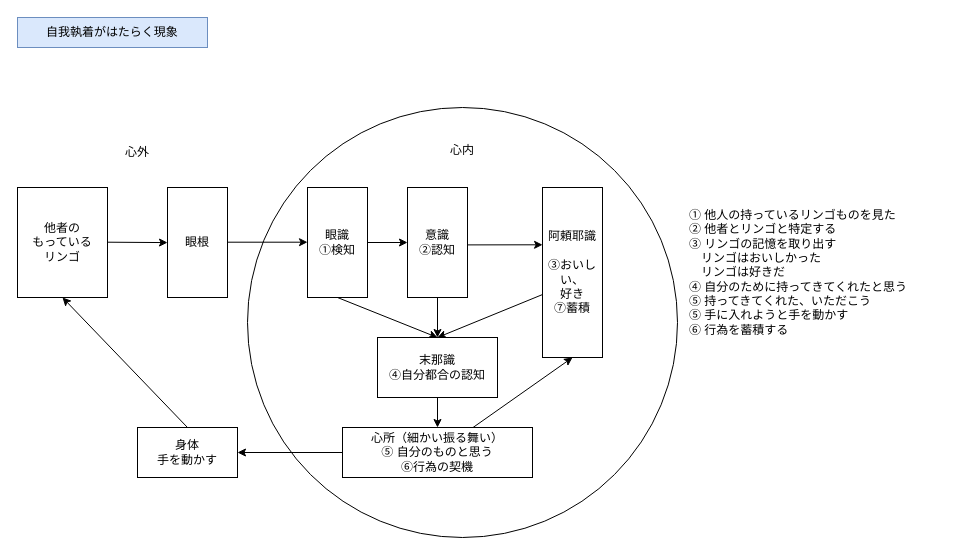
The draw.io diagram yuishiki_work3.drawio in YossyIto/booklog_drowio, before the edit. Source tidied: cells renumbered, new cells numbered last; positions are measured from the earlier drawing's top-left corner, leaving out a move shared by most shapes. Both pictures are drawn from the tidied source at 100%, with x=0, y=0 at pixel (17, 17).
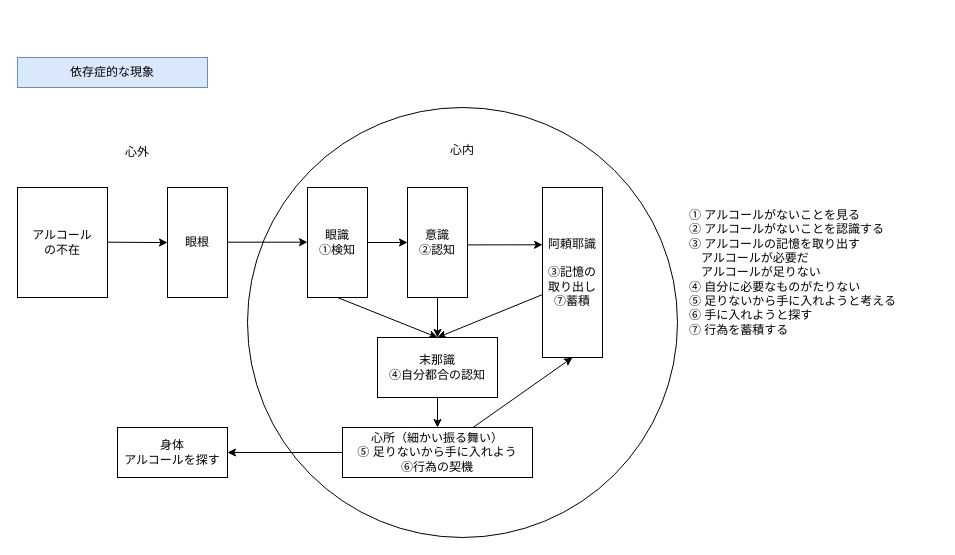
The same page after the edit.

Commit message:
yuishiki_work3.drawio を更新します

What changed in the source:
```diff
@@
-    <mxCell id="2" value="自我執着がはたらく現象" style="text;html=1;align=center;verticalAlign=middle;whiteSpace=wrap;rounded=0;fillColor=#dae8fc;strokeColor=#6c8ebf;" parent="1" vertex="1">
-      <mxGeometry width="190" height="30" as="geometry" />
+    <mxCell id="2" value="依存症的な現象" style="text;html=1;align=center;verticalAlign=middle;whiteSpace=wrap;rounded=0;fillColor=#dae8fc;strokeColor=#6c8ebf;" parent="1" vertex="1">
+      <mxGeometry y="40" width="190" height="30" as="geometry" />
     </mxCell>
@@
-    <mxCell id="4" value="阿頼耶識&lt;div&gt;&lt;br&gt;&lt;div&gt;③おいしい、&lt;/div&gt;&lt;/div&gt;&lt;div&gt;好き&lt;/div&gt;&lt;div&gt;⑦蓄積&lt;/div&gt;" style="rounded=0;whiteSpace=wrap;html=1;" parent="1" vertex="1">
+    <mxCell id="4" value="阿頼耶識&lt;div&gt;&lt;br&gt;&lt;div&gt;③記憶の取り出し&lt;/div&gt;&lt;/div&gt;&lt;div&gt;⑦蓄積&lt;/div&gt;" style="rounded=0;whiteSpace=wrap;html=1;" parent="1" vertex="1">
       <mxGeometry x="525" y="170" width="60" height="170" as="geometry" />
     </mxCell>
@@
-    <mxCell id="7" value="&lt;div&gt;他者の&lt;/div&gt;&lt;div&gt;もっている&lt;/div&gt;リンゴ" style="rounded=0;whiteSpace=wrap;html=1;" parent="1" vertex="1">
+    <mxCell id="7" value="&lt;div&gt;アルコール&lt;/div&gt;&lt;div&gt;の不在&lt;/div&gt;" style="rounded=0;whiteSpace=wrap;html=1;" parent="1" vertex="1">
       <mxGeometry y="170" width="90" height="110" as="geometry" />
     </mxCell>
@@
-    <mxCell id="13" value="心所（細かい振る舞い）&lt;div&gt;⑤ 自分のものと思う&lt;/div&gt;&lt;div&gt;⑥行為の契機&lt;/div&gt;" style="rounded=0;whiteSpace=wrap;html=1;" parent="1" vertex="1">
+    <mxCell id="13" value="心所（細かい振る舞い）&lt;div&gt;⑤ 足りないから手に入れよう&lt;/div&gt;&lt;div&gt;⑥行為の契機&lt;/div&gt;" style="rounded=0;whiteSpace=wrap;html=1;" parent="1" vertex="1">
       <mxGeometry x="325" y="410" width="190" height="50" as="geometry" />
     </mxCell>
@@
-    <mxCell id="17" value="① 他人の持っているリンゴものを見た&lt;div&gt;➁ 他者とリンゴと特定する&lt;/div&gt;&lt;div&gt;&lt;span style=&quot;background-color: transparent; color: light-dark(rgb(0, 0, 0), rgb(255, 255, 255));&quot;&gt;③ リンゴの記憶を取り出す&lt;/span&gt;&lt;/div&gt;&lt;div&gt;　リンゴはおいしかった&lt;/div&gt;&lt;div&gt;　リンゴは好きだ&lt;/div&gt;&lt;div&gt;④&amp;nbsp;&lt;span style=&quot;background-color: transparent; color: light-dark(rgb(0, 0, 0), rgb(255, 255, 255));&quot;&gt;自分のために持ってきてくれたと思う&lt;/span&gt;&lt;/div&gt;&lt;div&gt;&lt;div&gt;⑤ 持ってきてくれた、いただこう&lt;/div&gt;&lt;/div&gt;&lt;div&gt;&lt;span style=&quot;background-color: transparent; color: light-dark(rgb(0, 0, 0), rgb(255, 255, 255));&quot;&gt;⑤ 手に入れようと手を動かす&lt;/span&gt;&lt;/div&gt;&lt;div&gt;&lt;span style=&quot;background-color: transparent; color: light-dark(rgb(0, 0, 0), rgb(255, 255, 255));&quot;&gt;⑥ 行為を蓄積する&lt;/span&gt;&lt;/div&gt;" style="text;html=1;align=left;verticalAlign=middle;whiteSpace=wrap;rounded=0;" parent="1" vertex="1">
+    <mxCell id="17" value="① アルコールがないことを見る&lt;div&gt;➁ アルコールがないことを認識する&lt;/div&gt;&lt;div&gt;&lt;span style=&quot;background-color: transparent; color: light-dark(rgb(0, 0, 0), rgb(255, 255, 255));&quot;&gt;③ アルコールの記憶を取り出す&lt;/span&gt;&lt;/div&gt;&lt;div&gt;　アルコールが必要だ&lt;/div&gt;&lt;div&gt;　アルコールが足りない&lt;/div&gt;&lt;div&gt;④&amp;nbsp;&lt;span style=&quot;background-color: transparent; color: light-dark(rgb(0, 0, 0), rgb(255, 255, 255));&quot;&gt;自分に必要なものがたりない&lt;/span&gt;&lt;/div&gt;&lt;div&gt;&lt;div&gt;⑤ 足りないから手に入れようと考える&lt;/div&gt;&lt;/div&gt;&lt;div&gt;&lt;span style=&quot;background-color: transparent; color: light-dark(rgb(0, 0, 0), rgb(255, 255, 255));&quot;&gt;⑥ 手に入れようと探す&lt;/span&gt;&lt;/div&gt;&lt;div&gt;&lt;span style=&quot;background-color: transparent; color: light-dark(rgb(0, 0, 0), rgb(255, 255, 255));&quot;&gt;⑦ 行為を蓄積する&lt;/span&gt;&lt;/div&gt;" style="text;html=1;align=left;verticalAlign=middle;whiteSpace=wrap;rounded=0;" parent="1" vertex="1">
       <mxGeometry x="670" y="150" width="250" height="210" as="geometry" />
     </mxCell>
@@
-    <mxCell id="19" style="endArrow=classic;html=1;rounded=0;exitX=0;exitY=0.5;exitDx=0;exitDy=0;entryX=1;entryY=0.5;entryDx=0;entryDy=0;" parent="1" edge="1" source="13" target="20">
-      <mxGeometry relative="1" as="geometry" />
-    </mxCell>
-    <mxCell id="20" value="身体&lt;div&gt;手を動かす&lt;/div&gt;" style="rounded=0;whiteSpace=wrap;html=1;" parent="1" vertex="1">
-      <mxGeometry x="120" y="410" width="100" height="50" as="geometry" />
-    </mxCell>
@@
-    <mxCell id="22" style="endArrow=classic;html=1;rounded=0;entryX=0.5;entryY=1;entryDx=0;entryDy=0;exitX=0.5;exitY=0;exitDx=0;exitDy=0;" parent="1" edge="1" source="20" target="7">
-      <mxGeometry relative="1" as="geometry" />
-    </mxCell>
@@
+    <mxCell id="25" value="身体&lt;div&gt;アルコールを探す&lt;/div&gt;" style="rounded=0;whiteSpace=wrap;html=1;" parent="1" vertex="1">
+      <mxGeometry x="100" y="410" width="110" height="50" as="geometry" />
+    </mxCell>
+    <mxCell id="26" style="endArrow=classic;html=1;rounded=0;entryX=1;entryY=0.5;entryDx=0;entryDy=0;exitX=0;exitY=0.5;exitDx=0;exitDy=0;" parent="1" edge="1" source="13" target="25">
+      <mxGeometry relative="1" as="geometry" />
+    </mxCell>
```
